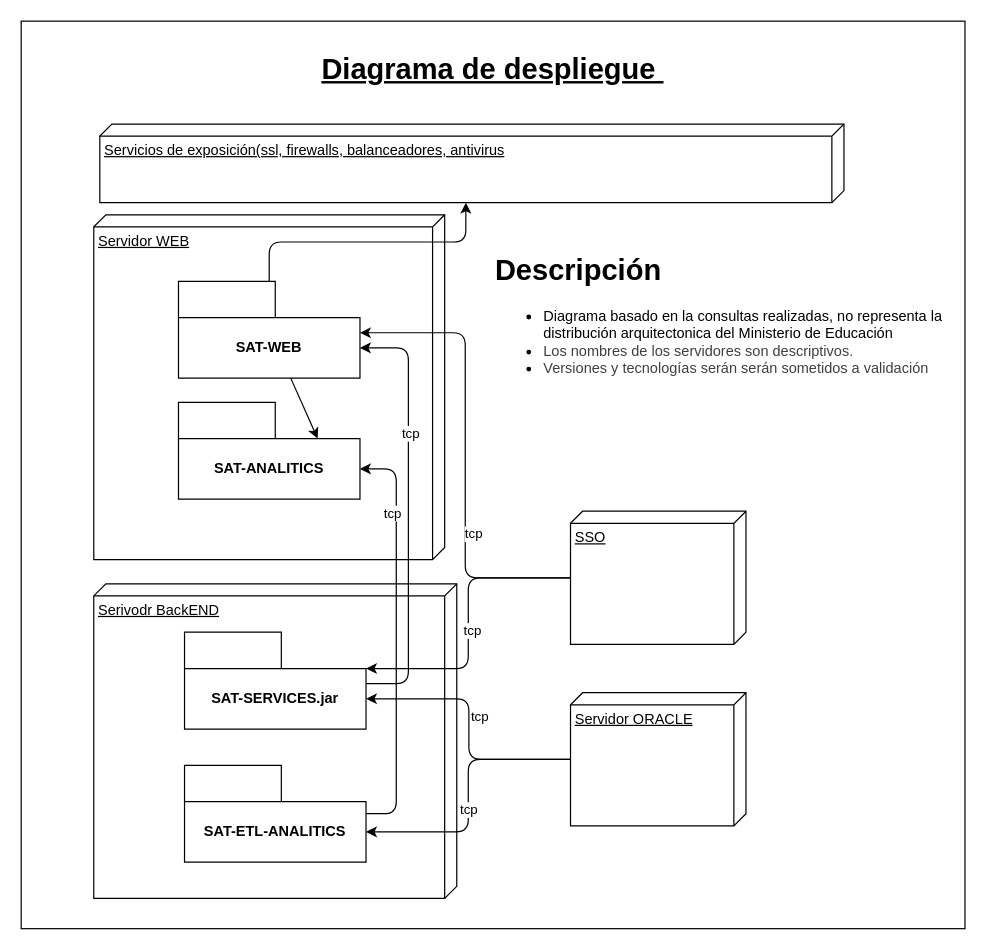
This is propuestas/tecnica/graficos/arquitectura.drawio from rolo1410/kuya-unicef-propuesta, a draw.io file, before an edit. Source tidied: cells renumbered, new cells numbered last; positions are measured from the earlier drawing's top-left corner, leaving out a move shared by most shapes. Both pictures are drawn from the tidied source at 121%, with x=0, y=0 at pixel (21, 21).
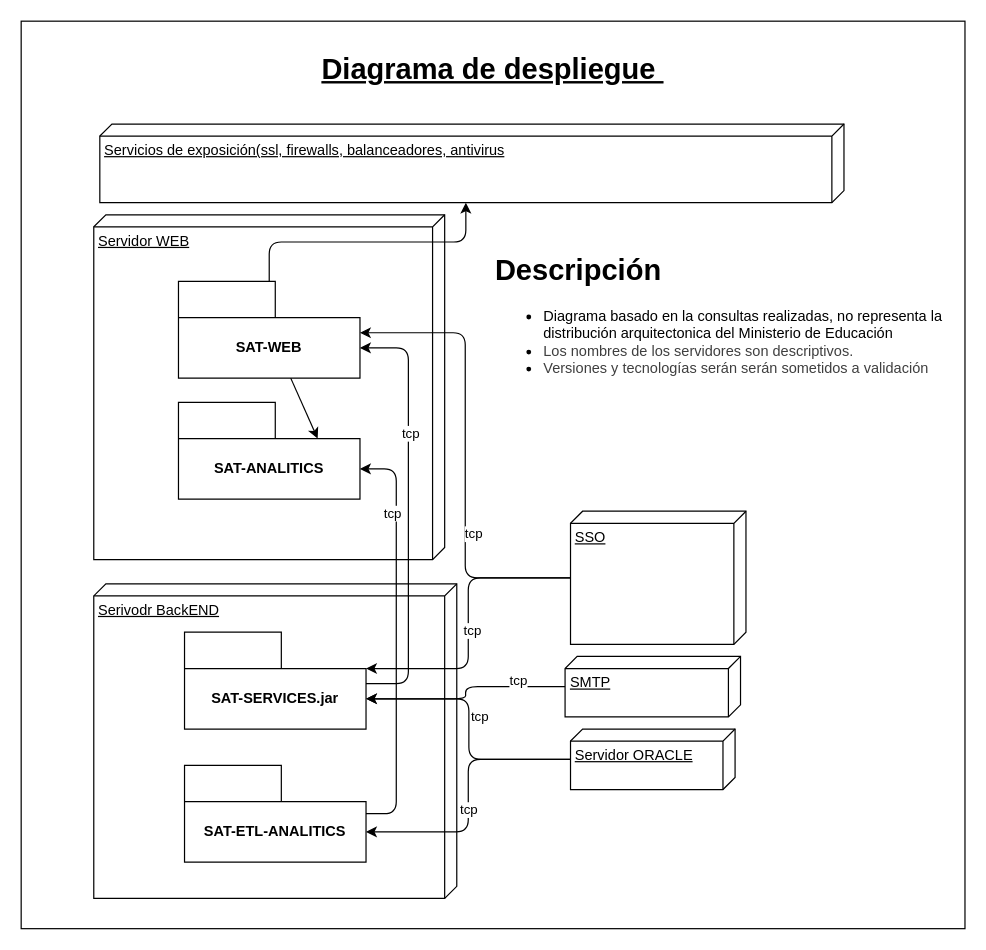
The same diagram, later.

The change refers to these unchanged cells:
```xml
<mxCell id="8" value="SAT-SERVICES.jar" style="shape=folder;fontStyle=1;tabWidth=80;tabHeight=30;tabPosition=left;html=1;boundedLbl=1;whiteSpace=wrap;" parent="1" vertex="1">
  <mxGeometry x="135" y="505" width="150" height="80" as="geometry" />
</mxCell>
```

Change to the diagram source:
```diff
@@
     <mxCell id="5" value="Servidor ORACLE" style="verticalAlign=top;align=left;spacingTop=8;spacingLeft=2;spacingRight=12;shape=cube;size=10;direction=south;fontStyle=4;html=1;whiteSpace=wrap;" parent="1" vertex="1">
-      <mxGeometry x="454" y="555" width="145" height="110" as="geometry" />
+      <mxGeometry x="454" y="585" width="136" height="50" as="geometry" />
     </mxCell>
@@
+    <mxCell id="28" value="SMTP" style="verticalAlign=top;align=left;spacingTop=8;spacingLeft=2;spacingRight=12;shape=cube;size=10;direction=south;fontStyle=4;html=1;whiteSpace=wrap;" parent="1" vertex="1">
+      <mxGeometry x="449.5" y="525" width="145" height="50" as="geometry" />
+    </mxCell>
+    <mxCell id="29" value="tcp" style="edgeStyle=orthogonalEdgeStyle;html=1;entryX=0;entryY=0;entryDx=150;entryDy=55;entryPerimeter=0;" parent="1" edge="1" source="28" target="8">
+      <mxGeometry x="-0.55" y="-5" relative="1" as="geometry" />
+    </mxCell>
```
